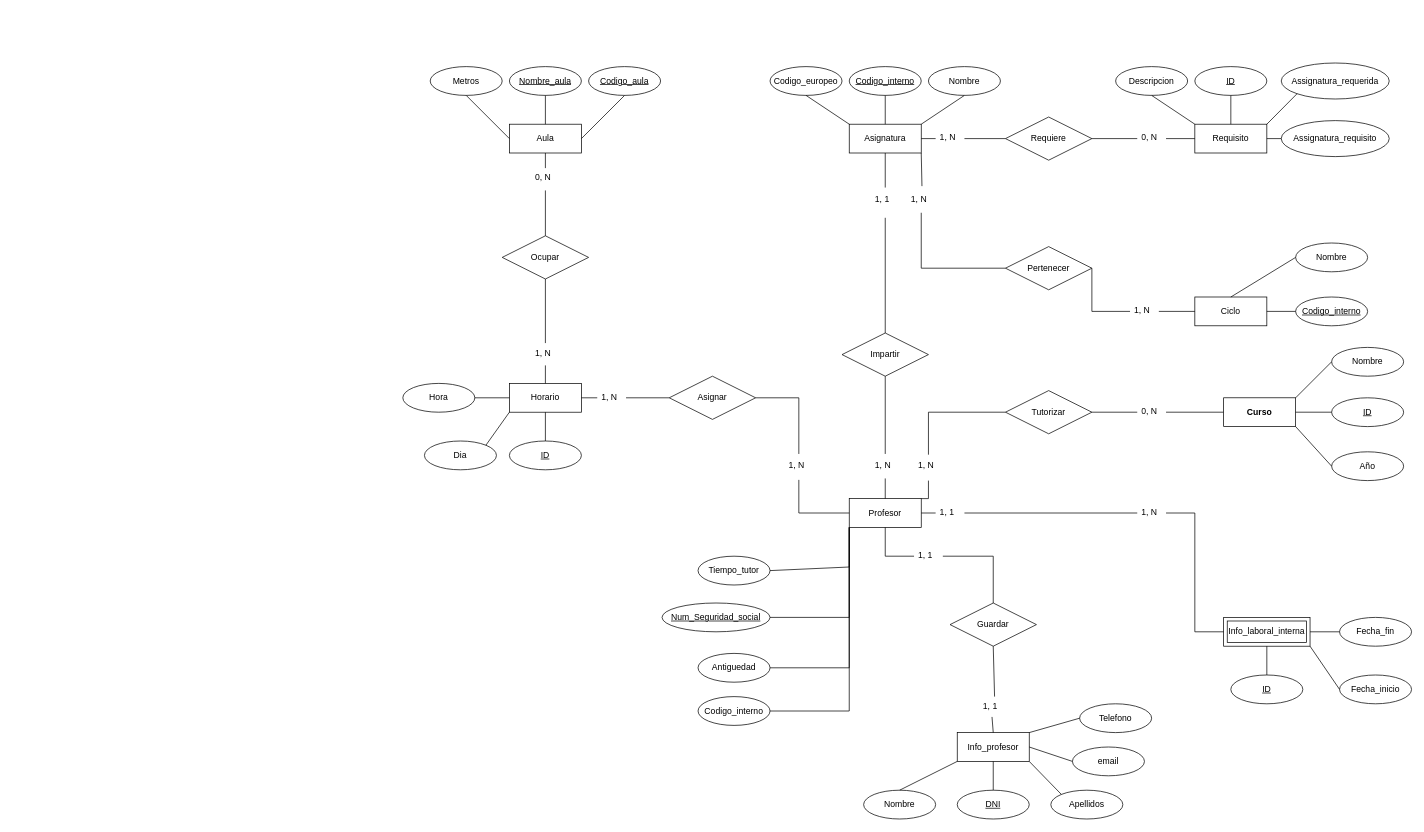
Before: Diagramas/Actividad_17_C3_UD12.drawio in jordimall/jmg-tsys-ta12diagramasER-drawio-111023, a draw.io diagram. Source tidied: cells renumbered, new cells numbered last; positions are measured from the earlier drawing's top-left corner, leaving out a move shared by most shapes. Both pictures are drawn from the tidied source at 72%, with x=0, y=0 at pixel (402, 63).
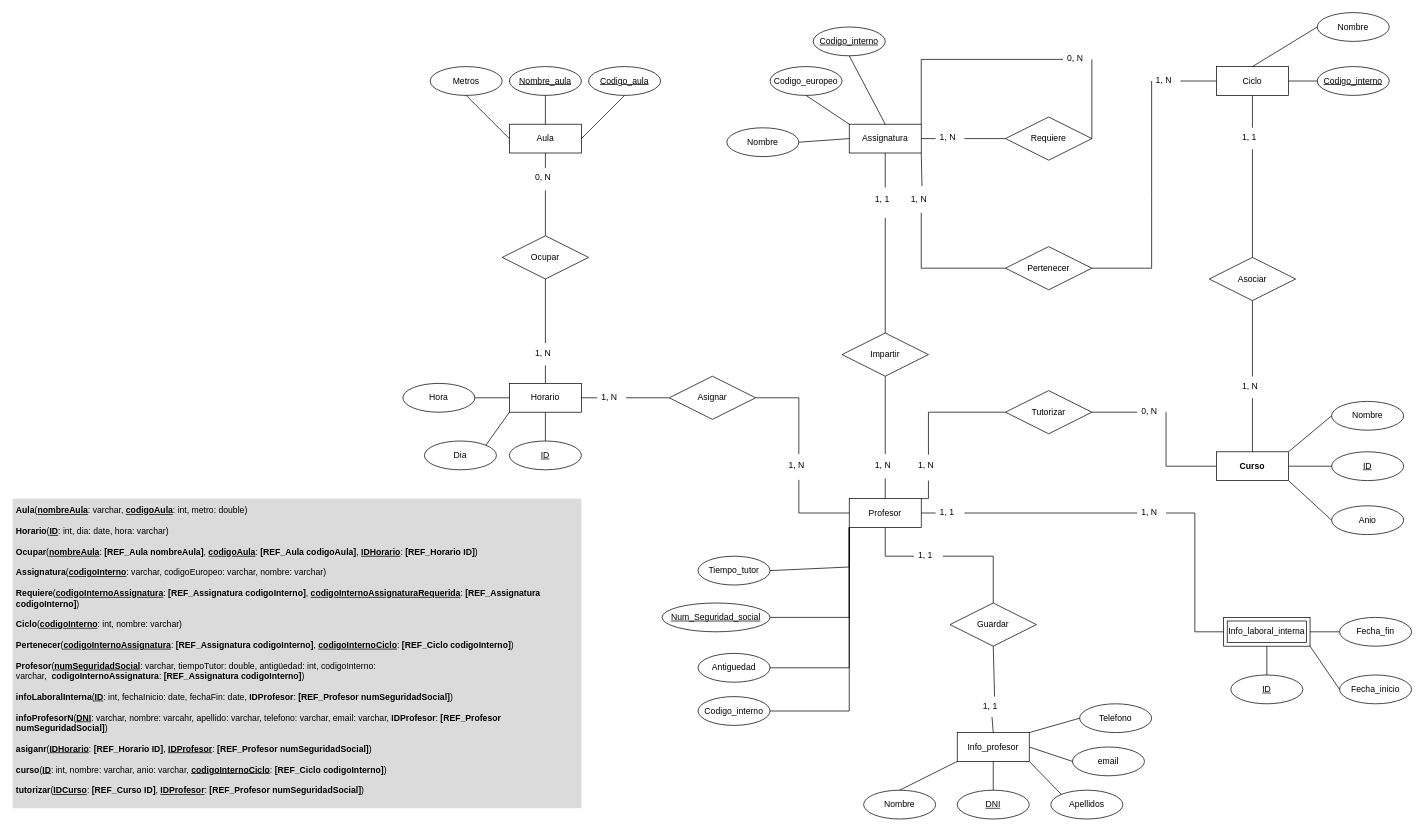
The same diagram, later.

The change refers to these unchanged cells:
```xml
<mxCell id="34" value="Requiere" style="shape=rhombus;perimeter=rhombusPerimeter;whiteSpace=wrap;html=1;align=center;" parent="1" vertex="1">
  <mxGeometry x="837" y="75" width="120" height="60" as="geometry" />
</mxCell>
<mxCell id="42" value="Pertenecer" style="shape=rhombus;perimeter=rhombusPerimeter;whiteSpace=wrap;html=1;align=center;" parent="1" vertex="1">
  <mxGeometry x="837" y="255" width="120" height="60" as="geometry" />
</mxCell>
<mxCell id="85" value="0, N" style="text;strokeColor=none;fillColor=none;spacingLeft=4;spacingRight=4;overflow=hidden;points=[[0,0.5],[1,0.5]];portConstraint=eastwest;fontSize=12;whiteSpace=wrap;html=1;" parent="1" vertex="1">
  <mxGeometry x="1020" y="470" width="40" height="30" as="geometry" />
</mxCell>
```

Change to the diagram source:
```diff
@@
-    <mxCell id="7" value="Asignatura" style="whiteSpace=wrap;html=1;align=center;" parent="1" vertex="1">
+    <mxCell id="7" value="Assignatura" style="whiteSpace=wrap;html=1;align=center;" parent="1" vertex="1">
       <mxGeometry x="620" y="85" width="100" height="40" as="geometry" />
     </mxCell>
     <mxCell id="8" value="Codigo_interno" style="ellipse;whiteSpace=wrap;html=1;align=center;fontStyle=4;" parent="1" vertex="1">
-      <mxGeometry x="620" y="5" width="100" height="40" as="geometry" />
+      <mxGeometry x="570" y="-50" width="100" height="40" as="geometry" />
     </mxCell>
     <mxCell id="9" value="Nombre" style="ellipse;whiteSpace=wrap;html=1;align=center;" parent="1" vertex="1">
-      <mxGeometry x="730" y="5" width="100" height="40" as="geometry" />
+      <mxGeometry x="450" y="90" width="100" height="40" as="geometry" />
     </mxCell>
@@
     <mxCell id="11" value="Ciclo" style="whiteSpace=wrap;html=1;align=center;" parent="1" vertex="1">
-      <mxGeometry x="1100" y="325" width="100" height="40" as="geometry" />
+      <mxGeometry x="1130" y="5" width="100" height="40" as="geometry" />
     </mxCell>
     <mxCell id="12" value="Codigo_interno" style="ellipse;whiteSpace=wrap;html=1;align=center;fontStyle=4;" parent="1" vertex="1">
-      <mxGeometry x="1240" y="325" width="100" height="40" as="geometry" />
+      <mxGeometry x="1270" y="5" width="100" height="40" as="geometry" />
     </mxCell>
     <mxCell id="13" value="Nombre" style="ellipse;whiteSpace=wrap;html=1;align=center;" parent="1" vertex="1">
-      <mxGeometry x="1240" y="250" width="100" height="40" as="geometry" />
+      <mxGeometry x="1270" y="-70" width="100" height="40" as="geometry" />
     </mxCell>
@@
-    <mxCell id="25" value="Requisito" style="whiteSpace=wrap;html=1;align=center;" parent="1" vertex="1">
-      <mxGeometry x="1100" y="85" width="100" height="40" as="geometry" />
-    </mxCell>
-    <mxCell id="26" value="ID" style="ellipse;whiteSpace=wrap;html=1;align=center;fontStyle=4;" parent="1" vertex="1">
-      <mxGeometry x="1100" y="5" width="100" height="40" as="geometry" />
-    </mxCell>
-    <mxCell id="27" value="Assignatura_requerida" style="ellipse;whiteSpace=wrap;html=1;align=center;" parent="1" vertex="1">
-      <mxGeometry x="1220" width="150" height="50" as="geometry" />
-    </mxCell>
-    <mxCell id="28" value="Descripcion" style="ellipse;whiteSpace=wrap;html=1;align=center;" parent="1" vertex="1">
-      <mxGeometry x="990" y="5" width="100" height="40" as="geometry" />
-    </mxCell>
-    <mxCell id="29" value="Assignatura_requisito" style="ellipse;whiteSpace=wrap;html=1;align=center;" parent="1" vertex="1">
-      <mxGeometry x="1220" y="80" width="150" height="50" as="geometry" />
-    </mxCell>
@@
-    <mxCell id="36" style="endArrow=none;html=1;rounded=0;exitX=1;exitY=0.5;exitDx=0;exitDy=0;entryX=0;entryY=0.5;entryDx=0;entryDy=0;" parent="1" edge="1" source="38" target="25">
-      <mxGeometry relative="1" as="geometry" />
+    <mxCell id="36" style="endArrow=none;html=1;rounded=0;entryX=1;entryY=0;entryDx=0;entryDy=0;exitX=0;exitY=0.5;exitDx=0;exitDy=0;" parent="1" edge="1" source="38" target="7">
+      <mxGeometry relative="1" as="geometry">
+        <Array as="points">
+          <mxPoint x="720" y="-5" />
+        </Array>
+      </mxGeometry>
     </mxCell>
-    <mxCell id="37" style="endArrow=none;html=1;rounded=0;exitX=1;exitY=0.5;exitDx=0;exitDy=0;entryX=0;entryY=0.5;entryDx=0;entryDy=0;" parent="1" edge="1" source="34" target="38">
+    <mxCell id="37" style="endArrow=none;html=1;rounded=0;exitX=1;exitY=0.5;exitDx=0;exitDy=0;entryX=1;entryY=0.5;entryDx=0;entryDy=0;" parent="1" edge="1" source="34" target="38">
       <mxGeometry relative="1" as="geometry" />
     </mxCell>
     <mxCell id="38" value="0, N" style="text;strokeColor=none;fillColor=none;spacingLeft=4;spacingRight=4;overflow=hidden;points=[[0,0.5],[1,0.5]];portConstraint=eastwest;fontSize=12;whiteSpace=wrap;html=1;" parent="1" vertex="1">
-      <mxGeometry x="1020" y="90" width="40" height="30" as="geometry" />
+      <mxGeometry x="917" y="-20" width="40" height="30" as="geometry" />
     </mxCell>
@@
     <mxCell id="43" value="1, N" style="text;strokeColor=none;fillColor=none;spacingLeft=4;spacingRight=4;overflow=hidden;points=[[0,0.5],[1,0.5]];portConstraint=eastwest;fontSize=12;whiteSpace=wrap;html=1;" parent="1" vertex="1">
-      <mxGeometry x="1010" y="330" width="40" height="30" as="geometry" />
+      <mxGeometry x="1040" y="10" width="40" height="30" as="geometry" />
     </mxCell>
@@
     <mxCell id="47" style="endArrow=none;html=1;rounded=0;exitX=1;exitY=0.5;exitDx=0;exitDy=0;entryX=0;entryY=0.5;entryDx=0;entryDy=0;" parent="1" edge="1" source="42" target="43">
       <mxGeometry relative="1" as="geometry">
         <Array as="points">
-          <mxPoint x="957" y="345" />
+          <mxPoint x="1040" y="285" />
+          <mxPoint x="1040" y="180" />
         </Array>
       </mxGeometry>
     </mxCell>
@@
-    <mxCell id="61" style="endArrow=none;html=1;rounded=0;exitX=0.5;exitY=1;exitDx=0;exitDy=0;entryX=1;entryY=0;entryDx=0;entryDy=0;" parent="1" edge="1" source="9" target="7">
+    <mxCell id="61" style="endArrow=none;html=1;rounded=0;exitX=1;exitY=0.5;exitDx=0;exitDy=0;entryX=0;entryY=0.5;entryDx=0;entryDy=0;" parent="1" edge="1" source="9" target="7">
       <mxGeometry relative="1" as="geometry" />
     </mxCell>
-    <mxCell id="62" style="endArrow=none;html=1;rounded=0;exitX=0.5;exitY=1;exitDx=0;exitDy=0;entryX=0;entryY=0;entryDx=0;entryDy=0;" parent="1" edge="1" source="28" target="25">
-      <mxGeometry relative="1" as="geometry" />
-    </mxCell>
-    <mxCell id="63" style="endArrow=none;html=1;rounded=0;exitX=0.5;exitY=1;exitDx=0;exitDy=0;entryX=0.5;entryY=0;entryDx=0;entryDy=0;" parent="1" edge="1" source="26" target="25">
-      <mxGeometry relative="1" as="geometry" />
-    </mxCell>
-    <mxCell id="64" style="endArrow=none;html=1;rounded=0;exitX=0;exitY=1;exitDx=0;exitDy=0;entryX=1;entryY=0;entryDx=0;entryDy=0;" parent="1" edge="1" source="27" target="25">
-      <mxGeometry relative="1" as="geometry" />
-    </mxCell>
-    <mxCell id="65" style="endArrow=none;html=1;rounded=0;exitX=0;exitY=0.5;exitDx=0;exitDy=0;entryX=1;entryY=0.5;entryDx=0;entryDy=0;" parent="1" edge="1" source="29" target="25">
-      <mxGeometry relative="1" as="geometry" />
-    </mxCell>
@@
     <mxCell id="86" style="endArrow=none;html=1;rounded=0;exitX=1;exitY=0.5;exitDx=0;exitDy=0;entryX=0;entryY=0.5;entryDx=0;entryDy=0;" parent="1" edge="1" source="85" target="115">
-      <mxGeometry relative="1" as="geometry" />
+      <mxGeometry relative="1" as="geometry">
+        <Array as="points">
+          <mxPoint x="1060" y="560" />
+        </Array>
+      </mxGeometry>
     </mxCell>
@@
     <mxCell id="115" value="Curso" style="whiteSpace=wrap;html=1;align=center;fontStyle=1;" parent="1" vertex="1">
-      <mxGeometry x="1140" y="465" width="100" height="40" as="geometry" />
+      <mxGeometry x="1130" y="540" width="100" height="40" as="geometry" />
     </mxCell>
@@
     <mxCell id="117" value="ID" style="ellipse;whiteSpace=wrap;html=1;align=center;fontStyle=4;" parent="1" vertex="1">
-      <mxGeometry x="1290" y="465" width="100" height="40" as="geometry" />
+      <mxGeometry x="1290" y="540" width="100" height="40" as="geometry" />
     </mxCell>
@@
-    <mxCell id="119" value="Año" style="ellipse;whiteSpace=wrap;html=1;align=center;" parent="1" vertex="1">
-      <mxGeometry x="1290" y="540" width="100" height="40" as="geometry" />
+    <mxCell id="119" value="Anio" style="ellipse;whiteSpace=wrap;html=1;align=center;" parent="1" vertex="1">
+      <mxGeometry x="1290" y="615" width="100" height="40" as="geometry" />
     </mxCell>
     <mxCell id="120" value="Nombre" style="ellipse;whiteSpace=wrap;html=1;align=center;" parent="1" vertex="1">
-      <mxGeometry x="1290" y="395" width="100" height="40" as="geometry" />
+      <mxGeometry x="1290" y="470" width="100" height="40" as="geometry" />
     </mxCell>
@@
+    <mxCell id="125" value="&lt;b style=&quot;background-color: initial;&quot;&gt;Aula&lt;/b&gt;&lt;span style=&quot;background-color: initial;&quot;&gt;(&lt;b&gt;&lt;u&gt;nombreAula&lt;/u&gt;&lt;/b&gt;: varchar, &lt;b&gt;&lt;u&gt;codigoAula&lt;/u&gt;&lt;/b&gt;: int, metro: double)&lt;br&gt;&lt;/span&gt;&lt;br&gt;&lt;b style=&quot;background-color: initial;&quot;&gt;Horario&lt;/b&gt;&lt;span style=&quot;background-color: initial;&quot;&gt;(&lt;b&gt;&lt;u&gt;ID&lt;/u&gt;&lt;/b&gt;: int, dia: date, hora: varchar)&lt;br&gt;&lt;/span&gt;&lt;br&gt;&lt;b style=&quot;background-color: initial;&quot;&gt;Ocupar&lt;/b&gt;&lt;span style=&quot;background-color: initial;&quot;&gt;(&lt;b&gt;&lt;u&gt;nombreAula&lt;/u&gt;&lt;/b&gt;: &lt;b&gt;[REF_Aula nombreAula]&lt;/b&gt;,&amp;nbsp;&lt;b&gt;&lt;u&gt;codigoAula&lt;/u&gt;&lt;/b&gt;:&lt;b&gt; [REF_Aula codigoAula]&lt;/b&gt;, &lt;b&gt;&lt;u&gt;IDHorario&lt;/u&gt;&lt;/b&gt;:&amp;nbsp;&lt;b&gt;[REF_Horario ID]&lt;/b&gt;)&lt;br&gt;&lt;/span&gt;&lt;br&gt;&lt;b style=&quot;background-color: initial;&quot;&gt;Assignatura&lt;/b&gt;&lt;span style=&quot;background-color: initial;&quot;&gt;(&lt;b&gt;&lt;u&gt;codigoInterno&lt;/u&gt;&lt;/b&gt;: varchar, codigoEuropeo: varchar, nombre: varchar)&lt;br&gt;&lt;/span&gt;&lt;br&gt;&lt;b style=&quot;background-color: initial;&quot;&gt;Requiere&lt;/b&gt;&lt;span style=&quot;background-color: initial;&quot;&gt;(&lt;b&gt;&lt;u&gt;codigoInternoAssignatura&lt;/u&gt;&lt;/b&gt;: &lt;b&gt;[REF_Assignatura codigoInterno]&lt;/b&gt;, &lt;b&gt;&lt;u&gt;codigoInternoAssignaturaRequerida&lt;/u&gt;&lt;/b&gt;: &lt;b&gt;[REF_Assignatura codigoInterno]&lt;/b&gt;)&lt;br&gt;&lt;/span&gt;&lt;br&gt;&lt;b style=&quot;background-color: initial;&quot;&gt;Ciclo&lt;/b&gt;&lt;span style=&quot;background-color: initial;&quot;&gt;(&lt;b&gt;&lt;u&gt;codigoInterno&lt;/u&gt;&lt;/b&gt;: int, nombre: varchar)&lt;br&gt;&lt;/span&gt;&lt;br&gt;&lt;b style=&quot;background-color: initial;&quot;&gt;Pertenecer&lt;/b&gt;&lt;span style=&quot;background-color: initial;&quot;&gt;(&lt;b&gt;&lt;u&gt;codigoInternoAssignatura&lt;/u&gt;&lt;/b&gt;: &lt;b&gt;[REF_Assignatura codigoInterno]&lt;/b&gt;, &lt;b&gt;&lt;u&gt;codigoInternoCiclo&lt;/u&gt;&lt;/b&gt;: &lt;b&gt;[REF_Ciclo codigoInterno]&lt;/b&gt;)&lt;br&gt;&lt;/span&gt;&lt;br&gt;&lt;b style=&quot;background-color: initial;&quot;&gt;Profesor&lt;/b&gt;&lt;span style=&quot;background-color: initial;&quot;&gt;(&lt;b&gt;&lt;u&gt;numSeguridadSocial&lt;/u&gt;&lt;/b&gt;: varchar, tiempoTutor: double, antigüedad: int, codigoInterno: varchar,&amp;nbsp;&amp;nbsp;&lt;b&gt;codigoInternoAssignatura&lt;/b&gt;:&amp;nbsp;&lt;b&gt;[REF_Assignatura codigoInterno]&lt;/b&gt;)&lt;br&gt;&lt;/span&gt;&lt;br&gt;&lt;b style=&quot;background-color: initial;&quot;&gt;infoLaboralInterna&lt;/b&gt;&lt;span style=&quot;background-color: initial;&quot;&gt;(&lt;b&gt;&lt;u&gt;ID&lt;/u&gt;&lt;/b&gt;: int, fechaInicio: date, fechaFin: date, &lt;b&gt;IDProfesor&lt;/b&gt;: &lt;b&gt;[REF_Profesor numSeguridadSocial]&lt;/b&gt;)&lt;br&gt;&lt;/span&gt;&lt;br&gt;&lt;b style=&quot;background-color: initial;&quot;&gt;infoProfesorN&lt;/b&gt;&lt;span style=&quot;background-color: initial;&quot;&gt;(&lt;b&gt;&lt;u&gt;DNI&lt;/u&gt;&lt;/b&gt;: varchar, nombre: varcahr, apellido: varchar, telefono: varchar, email: varchar, &lt;b&gt;IDProfesor&lt;/b&gt;: &lt;b&gt;[REF_Profesor numSeguridadSocial]&lt;/b&gt;)&lt;br&gt;&lt;/span&gt;&lt;br&gt;&lt;b style=&quot;background-color: initial;&quot;&gt;asiganr&lt;/b&gt;&lt;span style=&quot;background-color: initial;&quot;&gt;(&lt;b&gt;&lt;u&gt;IDHorario&lt;/u&gt;&lt;/b&gt;: &lt;b&gt;[REF_Horario ID]&lt;/b&gt;,&amp;nbsp;&lt;b&gt;&lt;u&gt;IDProfesor&lt;/u&gt;&lt;/b&gt;: &lt;b&gt;[REF_Profesor numSeguridadSocial]&lt;/b&gt;)&lt;br&gt;&lt;/span&gt;&lt;br&gt;&lt;b style=&quot;background-color: initial;&quot;&gt;curso&lt;/b&gt;&lt;span style=&quot;background-color: initial;&quot;&gt;(&lt;b&gt;&lt;u&gt;ID&lt;/u&gt;&lt;/b&gt;: int, nombre: varchar, anio: varchar, &lt;b&gt;&lt;u&gt;codigoInternoCiclo&lt;/u&gt;&lt;/b&gt;: &lt;b&gt;[REF_Ciclo codigoInterno]&lt;/b&gt;)&lt;br&gt;&lt;/span&gt;&lt;br&gt;&lt;b style=&quot;background-color: initial;&quot;&gt;tutorizar&lt;/b&gt;&lt;span style=&quot;background-color: initial;&quot;&gt;(&lt;b&gt;&lt;u&gt;IDCurso&lt;/u&gt;&lt;/b&gt;: &lt;b&gt;[REF_Curso ID]&lt;/b&gt;, &lt;b&gt;&lt;u&gt;IDProfesor&lt;/u&gt;&lt;/b&gt;:&amp;nbsp;&lt;b&gt;[REF_Profesor numSeguridadSocial]&lt;/b&gt;)&lt;/span&gt;&lt;br&gt;" style="text;html=1;strokeColor=none;fillColor=#dbdbdb;align=left;verticalAlign=top;whiteSpace=wrap;rounded=0;fontSize=12;spacing=5;" parent="1" vertex="1">
+      <mxGeometry x="-542" y="605" width="790" height="430" as="geometry" />
+    </mxCell>
+    <mxCell id="126" value="Asociar" style="shape=rhombus;perimeter=rhombusPerimeter;whiteSpace=wrap;html=1;align=center;" parent="1" vertex="1">
+      <mxGeometry x="1120" y="270" width="120" height="60" as="geometry" />
+    </mxCell>
+    <mxCell id="127" value="1, 1" style="text;strokeColor=none;fillColor=none;spacingLeft=4;spacingRight=4;overflow=hidden;points=[[0,0.5],[1,0.5]];portConstraint=eastwest;fontSize=12;whiteSpace=wrap;html=1;" parent="1" vertex="1">
+      <mxGeometry x="1160" y="90" width="40" height="30" as="geometry" />
+    </mxCell>
+    <mxCell id="128" value="1, N" style="text;strokeColor=none;fillColor=none;spacingLeft=4;spacingRight=4;overflow=hidden;points=[[0,0.5],[1,0.5]];portConstraint=eastwest;fontSize=12;whiteSpace=wrap;html=1;" parent="1" vertex="1">
+      <mxGeometry x="1160" y="435" width="40" height="30" as="geometry" />
+    </mxCell>
+    <mxCell id="129" style="endArrow=none;html=1;rounded=0;exitX=0.5;exitY=0;exitDx=0;exitDy=0;entryX=0.5;entryY=0.996;entryDx=0;entryDy=0;entryPerimeter=0;" parent="1" edge="1" source="126" target="127">
+      <mxGeometry relative="1" as="geometry" />
+    </mxCell>
+    <mxCell id="130" style="endArrow=none;html=1;rounded=0;exitX=0.5;exitY=1;exitDx=0;exitDy=0;entryX=0.5;entryY=-0.004;entryDx=0;entryDy=0;entryPerimeter=0;" parent="1" edge="1" source="11" target="127">
+      <mxGeometry relative="1" as="geometry" />
+    </mxCell>
+    <mxCell id="131" style="endArrow=none;html=1;rounded=0;exitX=0.5;exitY=0.015;exitDx=0;exitDy=0;entryX=0.5;entryY=1;entryDx=0;entryDy=0;exitPerimeter=0;" parent="1" edge="1" source="128" target="126">
+      <mxGeometry relative="1" as="geometry" />
+    </mxCell>
+    <mxCell id="132" style="endArrow=none;html=1;rounded=0;exitX=0.5;exitY=1.015;exitDx=0;exitDy=0;entryX=0.5;entryY=0;entryDx=0;entryDy=0;exitPerimeter=0;" parent="1" edge="1" source="128" target="115">
+      <mxGeometry relative="1" as="geometry" />
+    </mxCell>
```
